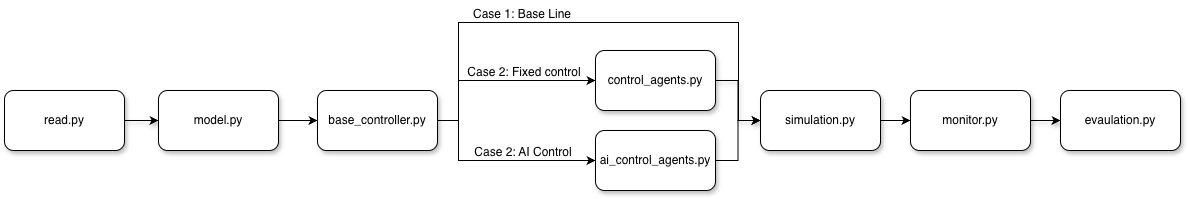
This is roadmap.png from arsiboo/production-flow-network-simulation, a draw.io export, as it was before one commit. Source tidied: cells renumbered, new cells last; positions are measured from the earlier drawing's top-left corner, leaving out a move shared by most shapes.
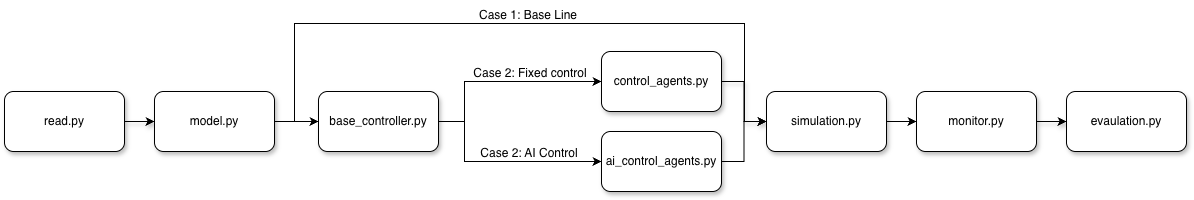
Later version of the same file.

Change to the diagram source:
```diff
@@ -6,13 +6,13 @@
       <mxGeometry relative="1" as="geometry" />
     </mxCell>
     <mxCell id="3" value="read.py" style="rounded=1;whiteSpace=wrap;html=1;shadow=1;" parent="1" vertex="1">
-      <mxGeometry y="91" width="120" height="60" as="geometry" />
+      <mxGeometry x="-6" y="91" width="120" height="60" as="geometry" />
     </mxCell>
     <mxCell id="4" style="edgeStyle=orthogonalEdgeStyle;rounded=0;jettySize=auto;html=1;" parent="1" edge="1" source="5" target="18">
       <mxGeometry relative="1" as="geometry" />
     </mxCell>
     <mxCell id="5" value="model.py" style="rounded=1;whiteSpace=wrap;html=1;shadow=1;" parent="1" vertex="1">
-      <mxGeometry x="154" y="91" width="120" height="60" as="geometry" />
+      <mxGeometry x="144" y="91" width="120" height="60" as="geometry" />
     </mxCell>
     <mxCell id="6" style="edgeStyle=orthogonalEdgeStyle;rounded=0;jettySize=auto;html=1;shadow=1;" parent="1" edge="1" source="7" target="11">
       <mxGeometry relative="1" as="geometry" />
@@ -57,18 +57,18 @@
         </Array>
       </mxGeometry>
     </mxCell>
-    <mxCell id="17" style="edgeStyle=orthogonalEdgeStyle;rounded=0;jettySize=auto;html=1;exitX=1;exitY=0.5;exitDx=0;exitDy=0;entryX=0;entryY=0.5;entryDx=0;entryDy=0;" parent="1" edge="1" source="18" target="11">
+    <mxCell id="17" style="edgeStyle=orthogonalEdgeStyle;rounded=0;jettySize=auto;html=1;exitX=1;exitY=0.5;exitDx=0;exitDy=0;entryX=0;entryY=0.5;entryDx=0;entryDy=0;" parent="1" edge="1" source="5" target="11">
       <mxGeometry relative="1" as="geometry">
         <Array as="points">
-          <mxPoint x="454" y="121" />
-          <mxPoint x="454" y="23" />
+          <mxPoint x="284" y="121" />
+          <mxPoint x="284" y="23" />
           <mxPoint x="734" y="23" />
           <mxPoint x="734" y="121" />
         </Array>
       </mxGeometry>
     </mxCell>
     <mxCell id="18" value="base_controller.py" style="rounded=1;whiteSpace=wrap;html=1;shadow=1;" parent="1" vertex="1">
-      <mxGeometry x="313" y="91" width="120" height="60" as="geometry" />
+      <mxGeometry x="308" y="91" width="120" height="60" as="geometry" />
     </mxCell>
     <mxCell id="19" value="Case 1: Base Line" style="text;html=1;whiteSpace=wrap;strokeColor=none;fillColor=none;align=center;verticalAlign=middle;rounded=0;" parent="1" vertex="1">
       <mxGeometry x="463" width="110" height="30" as="geometry" />
```
